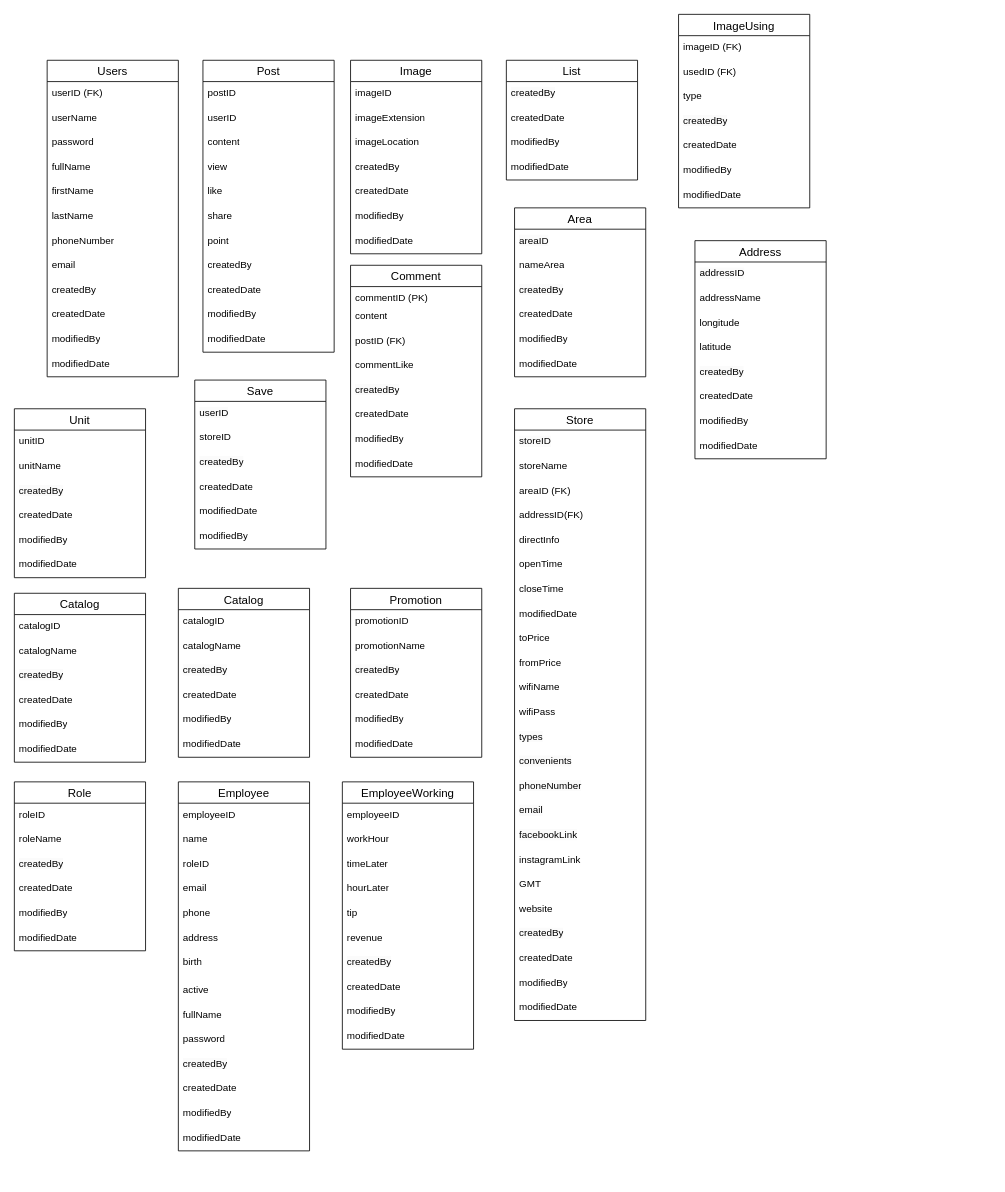
Before: Documentations/Database.drawio in MajinBuuNe-Ahihi/DATN, a draw.io diagram. Source tidied: cells renumbered, new cells numbered last; positions are measured from the earlier drawing's top-left corner, leaving out a move shared by most shapes. Both pictures are drawn from the tidied source at 82%, with x=0, y=0 at pixel (14, 14).
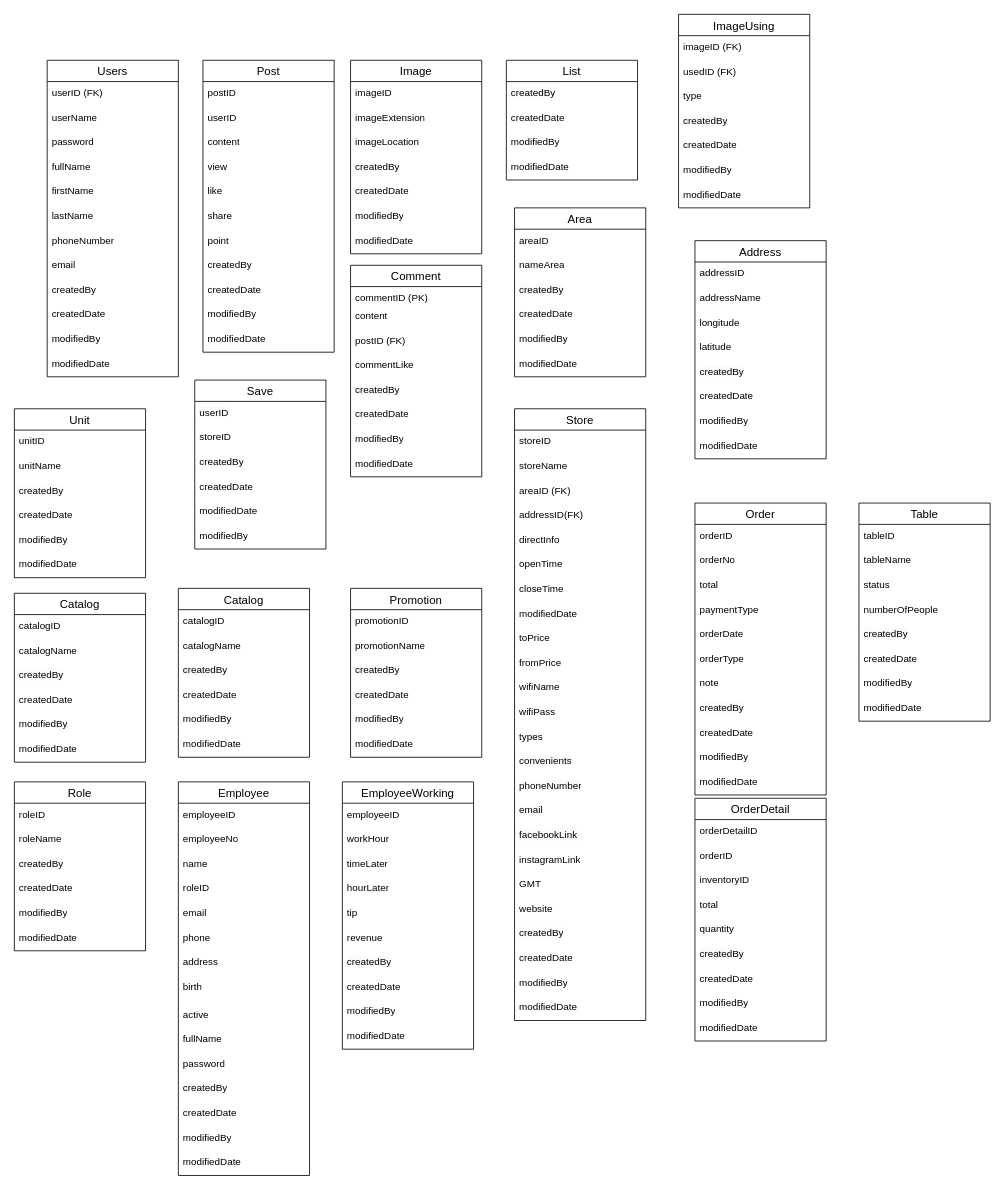
After the change.

The edit, as a diff of the source:
```diff
@@
     <mxCell id="140" value="Employee" style="swimlane;fontStyle=0;horizontal=1;startSize=26;align=center;fontSize=14;" parent="1" vertex="1">
-      <mxGeometry x="200" y="936" width="160" height="450" as="geometry" />
+      <mxGeometry x="200" y="936" width="160" height="480" as="geometry" />
     </mxCell>
@@
+    <mxCell id="166" value="employeeNo" style="text;strokeColor=none;fillColor=none;spacingLeft=4;spacingRight=4;overflow=hidden;fontSize=12;whiteSpace=wrap;html=1;" parent="140" vertex="1">
+      <mxGeometry y="56" width="160" height="30" as="geometry" />
+    </mxCell>
     <mxCell id="142" value="name" style="text;strokeColor=none;fillColor=none;spacingLeft=4;spacingRight=4;overflow=hidden;fontSize=12;whiteSpace=wrap;html=1;" parent="140" vertex="1">
-      <mxGeometry y="56" width="160" height="30" as="geometry" />
+      <mxGeometry y="86" width="160" height="30" as="geometry" />
     </mxCell>
     <mxCell id="143" value="roleID" style="text;strokeColor=none;fillColor=none;spacingLeft=4;spacingRight=4;overflow=hidden;fontSize=12;whiteSpace=wrap;html=1;" parent="140" vertex="1">
-      <mxGeometry y="86" width="160" height="30" as="geometry" />
+      <mxGeometry y="116" width="160" height="30" as="geometry" />
     </mxCell>
     <mxCell id="144" value="email" style="text;strokeColor=none;fillColor=none;spacingLeft=4;spacingRight=4;overflow=hidden;fontSize=12;whiteSpace=wrap;html=1;" parent="140" vertex="1">
-      <mxGeometry y="116" width="160" height="30" as="geometry" />
+      <mxGeometry y="146" width="160" height="30" as="geometry" />
     </mxCell>
     <mxCell id="145" value="phone" style="text;strokeColor=none;fillColor=none;spacingLeft=4;spacingRight=4;overflow=hidden;fontSize=12;whiteSpace=wrap;html=1;" parent="140" vertex="1">
-      <mxGeometry y="146" width="160" height="30" as="geometry" />
+      <mxGeometry y="176" width="160" height="30" as="geometry" />
     </mxCell>
     <mxCell id="146" value="address" style="text;strokeColor=none;fillColor=none;spacingLeft=4;spacingRight=4;overflow=hidden;fontSize=12;whiteSpace=wrap;html=1;" parent="140" vertex="1">
-      <mxGeometry y="176" width="160" height="30" as="geometry" />
+      <mxGeometry y="206" width="160" height="30" as="geometry" />
     </mxCell>
     <mxCell id="147" value="birth" style="text;strokeColor=none;fillColor=none;spacingLeft=4;spacingRight=4;overflow=hidden;fontSize=12;whiteSpace=wrap;html=1;" parent="140" vertex="1">
-      <mxGeometry y="206" width="160" height="34" as="geometry" />
+      <mxGeometry y="236" width="160" height="34" as="geometry" />
     </mxCell>
     <mxCell id="148" value="active" style="text;strokeColor=none;fillColor=none;spacingLeft=4;spacingRight=4;overflow=hidden;fontSize=12;whiteSpace=wrap;html=1;" parent="140" vertex="1">
-      <mxGeometry y="240" width="160" height="30" as="geometry" />
+      <mxGeometry y="270" width="160" height="30" as="geometry" />
     </mxCell>
     <mxCell id="149" value="fullName" style="text;strokeColor=none;fillColor=none;spacingLeft=4;spacingRight=4;overflow=hidden;fontSize=12;whiteSpace=wrap;html=1;" parent="140" vertex="1">
-      <mxGeometry y="270" width="160" height="30" as="geometry" />
+      <mxGeometry y="300" width="160" height="30" as="geometry" />
     </mxCell>
     <mxCell id="150" value="password" style="text;strokeColor=none;fillColor=none;spacingLeft=4;spacingRight=4;overflow=hidden;fontSize=12;whiteSpace=wrap;html=1;" parent="140" vertex="1">
-      <mxGeometry y="300" width="160" height="30" as="geometry" />
+      <mxGeometry y="330" width="160" height="30" as="geometry" />
     </mxCell>
     <mxCell id="151" value="&lt;span style=&quot;color: rgb(0, 0, 0); font-family: Helvetica; font-size: 12px; font-style: normal; font-variant-ligatures: normal; font-variant-caps: normal; font-weight: 400; letter-spacing: normal; orphans: 2; text-align: left; text-indent: 0px; text-transform: none; white-space: normal; widows: 2; word-spacing: 0px; -webkit-text-stroke-width: 0px; background-color: rgb(251, 251, 251); text-decoration-thickness: initial; text-decoration-style: initial; text-decoration-color: initial; display: inline !important; float: none;&quot;&gt;createdBy&lt;/span&gt;" style="text;strokeColor=none;fillColor=none;spacingLeft=4;spacingRight=4;overflow=hidden;fontSize=12;whiteSpace=wrap;html=1;" parent="140" vertex="1">
-      <mxGeometry y="330" width="160" height="30" as="geometry" />
+      <mxGeometry y="360" width="160" height="30" as="geometry" />
     </mxCell>
     <mxCell id="152" value="createdDate" style="text;strokeColor=none;fillColor=none;spacingLeft=4;spacingRight=4;overflow=hidden;fontSize=12;whiteSpace=wrap;html=1;" parent="140" vertex="1">
-      <mxGeometry y="360" width="160" height="30" as="geometry" />
+      <mxGeometry y="390" width="160" height="30" as="geometry" />
     </mxCell>
     <mxCell id="153" value="modifiedBy" style="text;strokeColor=none;fillColor=none;spacingLeft=4;spacingRight=4;overflow=hidden;fontSize=12;whiteSpace=wrap;html=1;" parent="140" vertex="1">
-      <mxGeometry y="390" width="160" height="30" as="geometry" />
+      <mxGeometry y="420" width="160" height="30" as="geometry" />
     </mxCell>
     <mxCell id="154" value="modifiedDate" style="text;strokeColor=none;fillColor=none;spacingLeft=4;spacingRight=4;overflow=hidden;fontSize=12;whiteSpace=wrap;html=1;" parent="140" vertex="1">
-      <mxGeometry y="420" width="160" height="30" as="geometry" />
+      <mxGeometry y="450" width="160" height="30" as="geometry" />
     </mxCell>
@@
+    <mxCell id="167" value="Order" style="swimlane;fontStyle=0;horizontal=1;startSize=26;align=center;fontSize=14;" parent="1" vertex="1">
+      <mxGeometry x="830" y="596" width="160" height="356" as="geometry" />
+    </mxCell>
+    <mxCell id="168" value="orderID" style="text;strokeColor=none;fillColor=none;spacingLeft=4;spacingRight=4;overflow=hidden;fontSize=12;whiteSpace=wrap;html=1;" parent="167" vertex="1">
+      <mxGeometry y="26" width="160" height="30" as="geometry" />
+    </mxCell>
+    <mxCell id="169" value="orderNo" style="text;strokeColor=none;fillColor=none;spacingLeft=4;spacingRight=4;overflow=hidden;fontSize=12;whiteSpace=wrap;html=1;" parent="167" vertex="1">
+      <mxGeometry y="56" width="160" height="30" as="geometry" />
+    </mxCell>
+    <mxCell id="170" value="total" style="text;strokeColor=none;fillColor=none;spacingLeft=4;spacingRight=4;overflow=hidden;fontSize=12;whiteSpace=wrap;html=1;" parent="167" vertex="1">
+      <mxGeometry y="86" width="160" height="30" as="geometry" />
+    </mxCell>
+    <mxCell id="171" value="paymentType" style="text;strokeColor=none;fillColor=none;spacingLeft=4;spacingRight=4;overflow=hidden;fontSize=12;whiteSpace=wrap;html=1;" parent="167" vertex="1">
+      <mxGeometry y="116" width="160" height="30" as="geometry" />
+    </mxCell>
+    <mxCell id="172" value="orderDate" style="text;strokeColor=none;fillColor=none;spacingLeft=4;spacingRight=4;overflow=hidden;fontSize=12;whiteSpace=wrap;html=1;" parent="167" vertex="1">
+      <mxGeometry y="146" width="160" height="30" as="geometry" />
+    </mxCell>
+    <mxCell id="173" value="orderType" style="text;strokeColor=none;fillColor=none;spacingLeft=4;spacingRight=4;overflow=hidden;fontSize=12;whiteSpace=wrap;html=1;" parent="167" vertex="1">
+      <mxGeometry y="176" width="160" height="30" as="geometry" />
+    </mxCell>
+    <mxCell id="174" value="note" style="text;strokeColor=none;fillColor=none;spacingLeft=4;spacingRight=4;overflow=hidden;fontSize=12;whiteSpace=wrap;html=1;" parent="167" vertex="1">
+      <mxGeometry y="206" width="160" height="30" as="geometry" />
+    </mxCell>
+    <mxCell id="175" value="&lt;span style=&quot;color: rgb(0, 0, 0); font-family: Helvetica; font-size: 12px; font-style: normal; font-variant-ligatures: normal; font-variant-caps: normal; font-weight: 400; letter-spacing: normal; orphans: 2; text-align: left; text-indent: 0px; text-transform: none; white-space: normal; widows: 2; word-spacing: 0px; -webkit-text-stroke-width: 0px; background-color: rgb(251, 251, 251); text-decoration-thickness: initial; text-decoration-style: initial; text-decoration-color: initial; display: inline !important; float: none;&quot;&gt;createdBy&lt;/span&gt;" style="text;strokeColor=none;fillColor=none;spacingLeft=4;spacingRight=4;overflow=hidden;fontSize=12;whiteSpace=wrap;html=1;" parent="167" vertex="1">
+      <mxGeometry y="236" width="160" height="30" as="geometry" />
+    </mxCell>
+    <mxCell id="176" value="createdDate" style="text;strokeColor=none;fillColor=none;spacingLeft=4;spacingRight=4;overflow=hidden;fontSize=12;whiteSpace=wrap;html=1;" parent="167" vertex="1">
+      <mxGeometry y="266" width="160" height="30" as="geometry" />
+    </mxCell>
+    <mxCell id="177" value="modifiedBy" style="text;strokeColor=none;fillColor=none;spacingLeft=4;spacingRight=4;overflow=hidden;fontSize=12;whiteSpace=wrap;html=1;" parent="167" vertex="1">
+      <mxGeometry y="296" width="160" height="30" as="geometry" />
+    </mxCell>
+    <mxCell id="178" value="modifiedDate" style="text;strokeColor=none;fillColor=none;spacingLeft=4;spacingRight=4;overflow=hidden;fontSize=12;whiteSpace=wrap;html=1;" parent="167" vertex="1">
+      <mxGeometry y="326" width="160" height="30" as="geometry" />
+    </mxCell>
+    <mxCell id="179" value="Table" style="swimlane;fontStyle=0;horizontal=1;startSize=26;align=center;fontSize=14;" parent="1" vertex="1">
+      <mxGeometry x="1030" y="596" width="160" height="266" as="geometry" />
+    </mxCell>
+    <mxCell id="180" value="tableID" style="text;strokeColor=none;fillColor=none;spacingLeft=4;spacingRight=4;overflow=hidden;fontSize=12;whiteSpace=wrap;html=1;" parent="179" vertex="1">
+      <mxGeometry y="26" width="160" height="30" as="geometry" />
+    </mxCell>
+    <mxCell id="181" value="tableName" style="text;strokeColor=none;fillColor=none;spacingLeft=4;spacingRight=4;overflow=hidden;fontSize=12;whiteSpace=wrap;html=1;" parent="179" vertex="1">
+      <mxGeometry y="56" width="160" height="30" as="geometry" />
+    </mxCell>
+    <mxCell id="182" value="status" style="text;strokeColor=none;fillColor=none;spacingLeft=4;spacingRight=4;overflow=hidden;fontSize=12;whiteSpace=wrap;html=1;" parent="179" vertex="1">
+      <mxGeometry y="86" width="160" height="30" as="geometry" />
+    </mxCell>
+    <mxCell id="183" value="numberOfPeople" style="text;strokeColor=none;fillColor=none;spacingLeft=4;spacingRight=4;overflow=hidden;fontSize=12;whiteSpace=wrap;html=1;" parent="179" vertex="1">
+      <mxGeometry y="116" width="160" height="30" as="geometry" />
+    </mxCell>
+    <mxCell id="184" value="&lt;span style=&quot;color: rgb(0, 0, 0); font-family: Helvetica; font-size: 12px; font-style: normal; font-variant-ligatures: normal; font-variant-caps: normal; font-weight: 400; letter-spacing: normal; orphans: 2; text-align: left; text-indent: 0px; text-transform: none; white-space: normal; widows: 2; word-spacing: 0px; -webkit-text-stroke-width: 0px; background-color: rgb(251, 251, 251); text-decoration-thickness: initial; text-decoration-style: initial; text-decoration-color: initial; display: inline !important; float: none;&quot;&gt;createdBy&lt;/span&gt;" style="text;strokeColor=none;fillColor=none;spacingLeft=4;spacingRight=4;overflow=hidden;fontSize=12;whiteSpace=wrap;html=1;" parent="179" vertex="1">
+      <mxGeometry y="146" width="160" height="30" as="geometry" />
+    </mxCell>
+    <mxCell id="185" value="createdDate" style="text;strokeColor=none;fillColor=none;spacingLeft=4;spacingRight=4;overflow=hidden;fontSize=12;whiteSpace=wrap;html=1;" parent="179" vertex="1">
+      <mxGeometry y="176" width="160" height="30" as="geometry" />
+    </mxCell>
+    <mxCell id="186" value="modifiedBy" style="text;strokeColor=none;fillColor=none;spacingLeft=4;spacingRight=4;overflow=hidden;fontSize=12;whiteSpace=wrap;html=1;" parent="179" vertex="1">
+      <mxGeometry y="206" width="160" height="30" as="geometry" />
+    </mxCell>
+    <mxCell id="187" value="modifiedDate" style="text;strokeColor=none;fillColor=none;spacingLeft=4;spacingRight=4;overflow=hidden;fontSize=12;whiteSpace=wrap;html=1;" parent="179" vertex="1">
+      <mxGeometry y="236" width="160" height="30" as="geometry" />
+    </mxCell>
+    <mxCell id="188" value="OrderDetail" style="swimlane;fontStyle=0;horizontal=1;startSize=26;align=center;fontSize=14;" parent="1" vertex="1">
+      <mxGeometry x="830" y="956" width="160" height="296" as="geometry" />
+    </mxCell>
+    <mxCell id="189" value="orderDetailID" style="text;strokeColor=none;fillColor=none;spacingLeft=4;spacingRight=4;overflow=hidden;fontSize=12;whiteSpace=wrap;html=1;" parent="188" vertex="1">
+      <mxGeometry y="26" width="160" height="30" as="geometry" />
+    </mxCell>
+    <mxCell id="190" value="orderID" style="text;strokeColor=none;fillColor=none;spacingLeft=4;spacingRight=4;overflow=hidden;fontSize=12;whiteSpace=wrap;html=1;" parent="188" vertex="1">
+      <mxGeometry y="56" width="160" height="30" as="geometry" />
+    </mxCell>
+    <mxCell id="191" value="inventoryID" style="text;strokeColor=none;fillColor=none;spacingLeft=4;spacingRight=4;overflow=hidden;fontSize=12;whiteSpace=wrap;html=1;" parent="188" vertex="1">
+      <mxGeometry y="86" width="160" height="30" as="geometry" />
+    </mxCell>
+    <mxCell id="192" value="total" style="text;strokeColor=none;fillColor=none;spacingLeft=4;spacingRight=4;overflow=hidden;fontSize=12;whiteSpace=wrap;html=1;" parent="188" vertex="1">
+      <mxGeometry y="116" width="160" height="30" as="geometry" />
+    </mxCell>
+    <mxCell id="193" value="quantity" style="text;strokeColor=none;fillColor=none;spacingLeft=4;spacingRight=4;overflow=hidden;fontSize=12;whiteSpace=wrap;html=1;" parent="188" vertex="1">
+      <mxGeometry y="146" width="160" height="30" as="geometry" />
+    </mxCell>
+    <mxCell id="194" value="&lt;span style=&quot;color: rgb(0, 0, 0); font-family: Helvetica; font-size: 12px; font-style: normal; font-variant-ligatures: normal; font-variant-caps: normal; font-weight: 400; letter-spacing: normal; orphans: 2; text-align: left; text-indent: 0px; text-transform: none; white-space: normal; widows: 2; word-spacing: 0px; -webkit-text-stroke-width: 0px; background-color: rgb(251, 251, 251); text-decoration-thickness: initial; text-decoration-style: initial; text-decoration-color: initial; display: inline !important; float: none;&quot;&gt;createdBy&lt;/span&gt;" style="text;strokeColor=none;fillColor=none;spacingLeft=4;spacingRight=4;overflow=hidden;fontSize=12;whiteSpace=wrap;html=1;" parent="188" vertex="1">
+      <mxGeometry y="176" width="160" height="30" as="geometry" />
+    </mxCell>
+    <mxCell id="195" value="createdDate" style="text;strokeColor=none;fillColor=none;spacingLeft=4;spacingRight=4;overflow=hidden;fontSize=12;whiteSpace=wrap;html=1;" parent="188" vertex="1">
+      <mxGeometry y="206" width="160" height="30" as="geometry" />
+    </mxCell>
+    <mxCell id="196" value="modifiedBy" style="text;strokeColor=none;fillColor=none;spacingLeft=4;spacingRight=4;overflow=hidden;fontSize=12;whiteSpace=wrap;html=1;" parent="188" vertex="1">
+      <mxGeometry y="236" width="160" height="30" as="geometry" />
+    </mxCell>
+    <mxCell id="197" value="modifiedDate" style="text;strokeColor=none;fillColor=none;spacingLeft=4;spacingRight=4;overflow=hidden;fontSize=12;whiteSpace=wrap;html=1;" parent="188" vertex="1">
+      <mxGeometry y="266" width="160" height="30" as="geometry" />
+    </mxCell>
```
